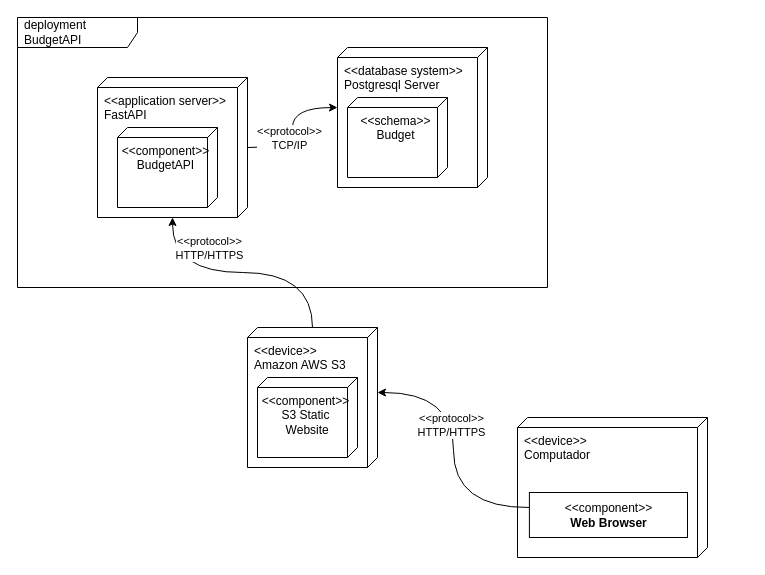
Earlier version of the draw.io diagram DiagramaDeployment.drawio (ricardolopes86/budget-backend). Source tidied: cells renumbered, new cells numbered last; positions are measured from the earlier drawing's top-left corner, leaving out a move shared by most shapes. Both pictures are drawn from the tidied source at 100%, with x=0, y=0 at pixel (17, 17).
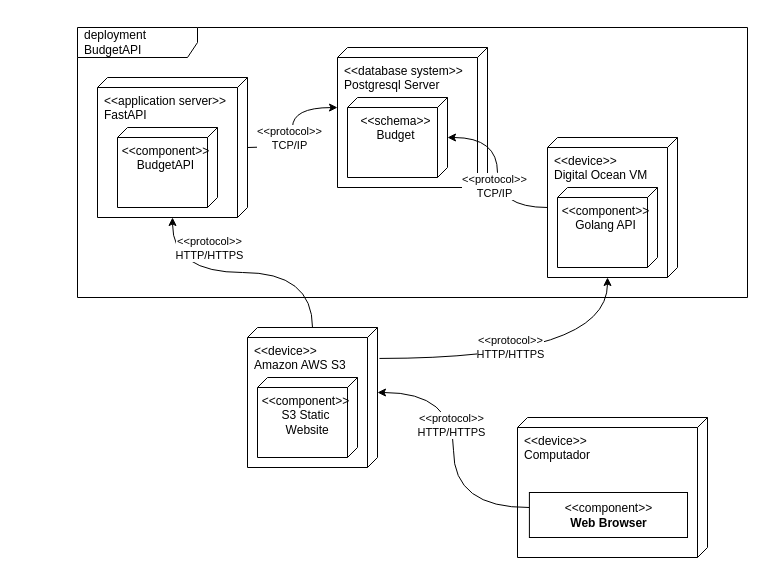
The same diagram, later.

The change refers to these unchanged cells:
```xml
<mxCell id="8" value="&lt;div&gt;&amp;lt;&amp;lt;schema&amp;gt;&amp;gt;&lt;/div&gt;&lt;div&gt;Budget&lt;/div&gt;" style="verticalAlign=top;align=center;shape=cube;size=10;direction=south;html=1;boundedLbl=1;spacingLeft=5;" parent="7" vertex="1">
  <mxGeometry width="100" height="80" relative="1" as="geometry">
    <mxPoint x="10" y="50" as="offset" />
  </mxGeometry>
</mxCell>
<mxCell id="11" value="&lt;div&gt;&amp;lt;&amp;lt;device&amp;gt;&amp;gt;&lt;/div&gt;&lt;div&gt;Amazon AWS S3&lt;br&gt;&lt;/div&gt;" style="verticalAlign=top;align=left;shape=cube;size=10;direction=south;fontStyle=0;html=1;boundedLbl=1;spacingLeft=5;" parent="1" vertex="1">
  <mxGeometry x="230" y="310" width="130" height="140" as="geometry" />
</mxCell>
```

What changed in the source:
```diff
@@
     <mxCell id="2" value="deployment BudgetAPI" style="shape=umlFrame;whiteSpace=wrap;html=1;width=120;height=30;boundedLbl=1;verticalAlign=middle;align=left;spacingLeft=5;" parent="1" vertex="1">
-      <mxGeometry width="530" height="270" as="geometry" />
+      <mxGeometry x="60" y="10" width="670" height="270" as="geometry" />
     </mxCell>
@@
+    <mxCell id="17" style="edgeStyle=orthogonalEdgeStyle;rounded=0;jettySize=auto;html=1;entryX=0;entryY=0;entryDx=140;entryDy=70;entryPerimeter=0;curved=1;exitX=0.221;exitY=-0.015;exitDx=0;exitDy=0;exitPerimeter=0;" parent="1" edge="1" source="11" target="19">
+      <mxGeometry relative="1" as="geometry" />
+    </mxCell>
+    <mxCell id="18" value="&lt;div&gt;&amp;lt;&amp;lt;protocol&amp;gt;&amp;gt;&lt;/div&gt;&lt;div&gt;HTTP/HTTPS&lt;br&gt;&lt;/div&gt;" style="edgeLabel;html=1;align=center;verticalAlign=middle;" parent="17" vertex="1">
+      <mxGeometry x="-0.15" y="11" relative="1" as="geometry" />
+    </mxCell>
@@
+    <mxCell id="19" value="&lt;div&gt;&amp;lt;&amp;lt;device&amp;gt;&amp;gt;&lt;/div&gt;&lt;div&gt;Digital Ocean VM&lt;br&gt;&lt;/div&gt;" style="verticalAlign=top;align=left;shape=cube;size=10;direction=south;fontStyle=0;html=1;boundedLbl=1;spacingLeft=5;" parent="1" vertex="1">
+      <mxGeometry x="530" y="120" width="130" height="140" as="geometry" />
+    </mxCell>
+    <mxCell id="20" value="&lt;div&gt;&amp;lt;&amp;lt;component&amp;gt;&amp;gt;&lt;/div&gt;&lt;div&gt;Golang API&lt;br&gt;&lt;/div&gt;" style="verticalAlign=top;align=center;shape=cube;size=10;direction=south;html=1;boundedLbl=1;spacingLeft=5;" parent="19" vertex="1">
+      <mxGeometry width="100" height="80" relative="1" as="geometry">
+        <mxPoint x="10" y="50" as="offset" />
+      </mxGeometry>
+    </mxCell>
+    <mxCell id="21" style="edgeStyle=orthogonalEdgeStyle;rounded=0;jettySize=auto;html=1;curved=1;" parent="1" edge="1" source="19" target="8">
+      <mxGeometry relative="1" as="geometry" />
+    </mxCell>
+    <mxCell id="22" value="&lt;div&gt;&amp;lt;&amp;lt;protocol&amp;gt;&amp;gt;&lt;/div&gt;&lt;div&gt;TCP/IP&lt;br&gt;&lt;/div&gt;" style="edgeLabel;html=1;align=center;verticalAlign=middle;" parent="21" vertex="1">
+      <mxGeometry x="-0.15" y="4" relative="1" as="geometry" />
+    </mxCell>
```
